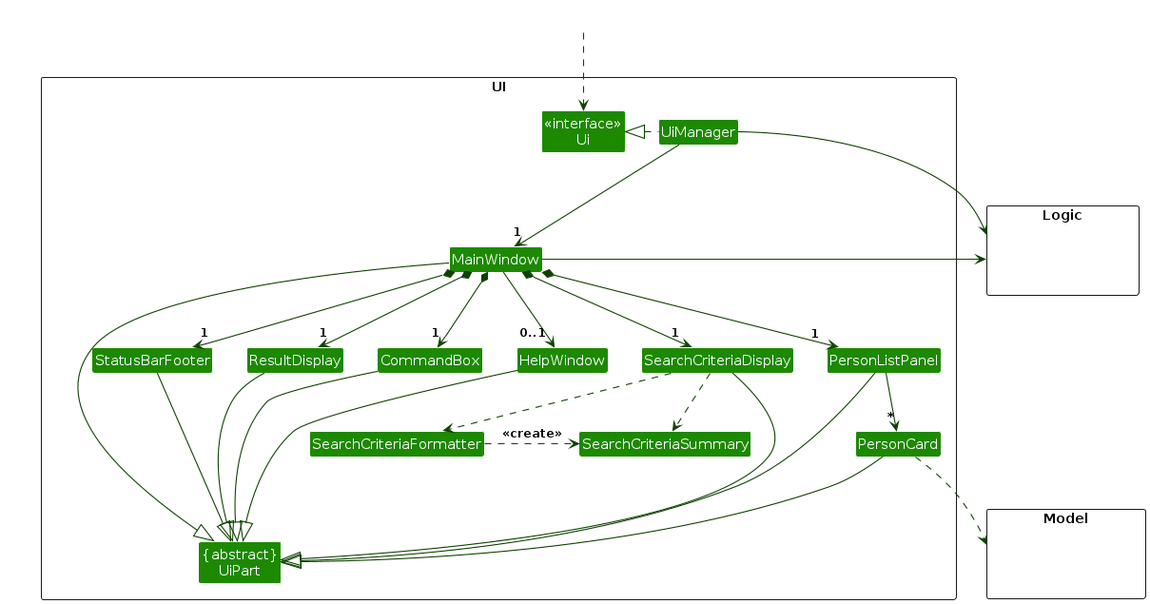
Earlier version of the PlantUML export diagrams/UiClassDiagram.png (AY2627S1-CS2103T-F09-3/tp). Its source is kept beside it as diagrams/UiClassDiagram.puml. Its diagram source:
```plantuml
@startuml
!include style.puml
skinparam arrowThickness 1.1
skinparam arrowColor UI_COLOR_T4
skinparam classBackgroundColor UI_COLOR

package UI <<Rectangle>>{
Class "<<interface>>\nUi" as Ui
Class "{abstract}\nUiPart" as UiPart
Class UiManager
Class MainWindow
Class HelpWindow
Class ResultDisplay
Class PersonListPanel
Class PersonCard
Class StatusBarFooter
Class CommandBox
Class SearchCriteriaDisplay
Class SearchCriteriaFormatter
Class SearchCriteriaSummary
}

package Model <<Rectangle>> {
Class HiddenModel #FFFFFF
}

package Logic <<Rectangle>> {
Class HiddenLogic #FFFFFF
}

Class HiddenOutside #FFFFFF
HiddenOutside ..> Ui

UiManager .left.|> Ui
UiManager -down-> "1" MainWindow
MainWindow *-down->  "1" CommandBox
MainWindow *-down-> "1" ResultDisplay
MainWindow *-down-> "1" PersonListPanel
MainWindow *-down-> "1" StatusBarFooter
MainWindow *-down-> "1" SearchCriteriaDisplay
MainWindow --> "0..1" HelpWindow

PersonListPanel -down-> "*" PersonCard

MainWindow -left-|> UiPart

ResultDisplay --|> UiPart
CommandBox --|> UiPart
PersonListPanel --|> UiPart
PersonCard --|> UiPart
StatusBarFooter --|> UiPart
HelpWindow --|> UiPart
SearchCriteriaDisplay --|> UiPart

SearchCriteriaDisplay .down.> SearchCriteriaFormatter
SearchCriteriaDisplay ..> SearchCriteriaSummary
SearchCriteriaFormatter .right.> SearchCriteriaSummary : <<create>>

PersonCard ..> Model
UiManager -right-> Logic
MainWindow -left-> Logic

PersonListPanel -[hidden]left- SearchCriteriaDisplay
SearchCriteriaDisplay -[hidden]left- HelpWindow
HelpWindow -[hidden]left- CommandBox
CommandBox -[hidden]left- ResultDisplay
ResultDisplay -[hidden]left- StatusBarFooter

MainWindow -[hidden]-|> UiPart
@enduml
```
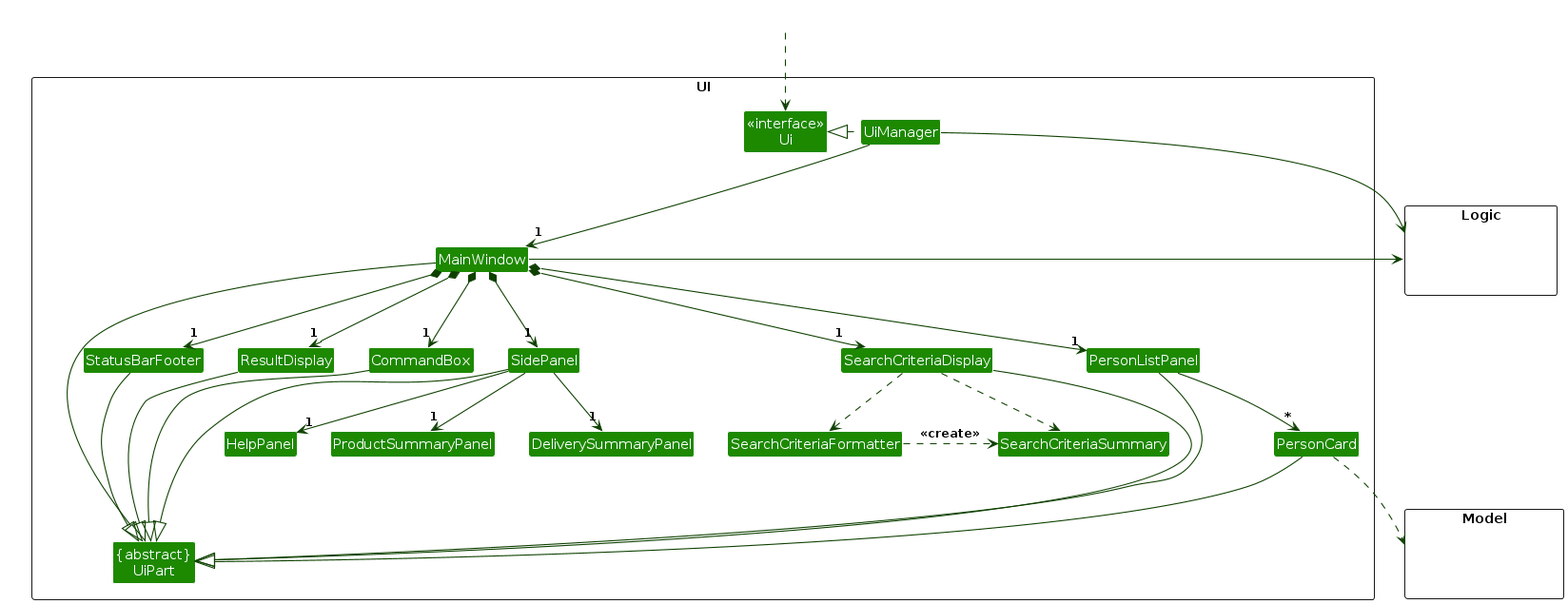
The same diagram one commit later.

Diff of the diagram source:
```diff
@@ -9,7 +9,6 @@
 Class "{abstract}\nUiPart" as UiPart
 Class UiManager
 Class MainWindow
-Class HelpWindow
 Class ResultDisplay
 Class PersonListPanel
 Class PersonCard
@@ -18,6 +17,10 @@
 Class SearchCriteriaDisplay
 Class SearchCriteriaFormatter
 Class SearchCriteriaSummary
+Class SidePanel
+Class HelpPanel
+Class ProductSummaryPanel
+Class DeliverySummaryPanel
 }
 
 package Model <<Rectangle>> {
@@ -38,9 +41,12 @@
 MainWindow *-down-> "1" PersonListPanel
 MainWindow *-down-> "1" StatusBarFooter
 MainWindow *-down-> "1" SearchCriteriaDisplay
-MainWindow --> "0..1" HelpWindow
+MainWindow *-down-> "1" SidePanel
 
 PersonListPanel -down-> "*" PersonCard
+SidePanel -down-> "1" HelpPanel
+SidePanel -down-> "1" ProductSummaryPanel
+SidePanel -down-> "1" DeliverySummaryPanel
 
 MainWindow -left-|> UiPart
 
@@ -49,8 +55,8 @@
 PersonListPanel --|> UiPart
 PersonCard --|> UiPart
 StatusBarFooter --|> UiPart
-HelpWindow --|> UiPart
 SearchCriteriaDisplay --|> UiPart
+SidePanel --|> UiPart
 
 SearchCriteriaDisplay .down.> SearchCriteriaFormatter
 SearchCriteriaDisplay ..> SearchCriteriaSummary
@@ -61,8 +67,8 @@
 MainWindow -left-> Logic
 
 PersonListPanel -[hidden]left- SearchCriteriaDisplay
-SearchCriteriaDisplay -[hidden]left- HelpWindow
-HelpWindow -[hidden]left- CommandBox
+SearchCriteriaDisplay -[hidden]left- SidePanel
+SidePanel -[hidden]left- CommandBox
 CommandBox -[hidden]left- ResultDisplay
 ResultDisplay -[hidden]left- StatusBarFooter
 
```
